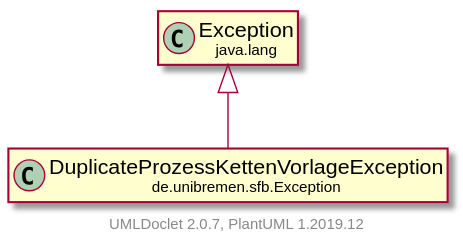
Earlier version of the PlantUML export doc/UML/modulsichtSVG/DuplicateProzessKettenVorlageException.svg (fkehlenb/softwareprojekt-2). The source it was exported from:
```plantuml
@startuml
    set namespaceSeparator none
    hide empty fields
    hide empty methods

    class "<size:14>DuplicateProzessKettenVorlageException\n<size:10>de.unibremen.sfb.Exception" as de.unibremen.sfb.Exception.DuplicateProzessKettenVorlageException [[DuplicateProzessKettenVorlageException.html]]

    class "<size:14>Exception\n<size:10>java.lang" as java.lang.Exception [[https://docs.oracle.com/en/java/javase/11/docs/api/java.base/java/lang/Exception.html?is-external=true]]

    java.lang.Exception <|-- de.unibremen.sfb.Exception.DuplicateProzessKettenVorlageException

    center footer UMLDoclet 2.0.7, PlantUML 1.2019.12
@enduml
```
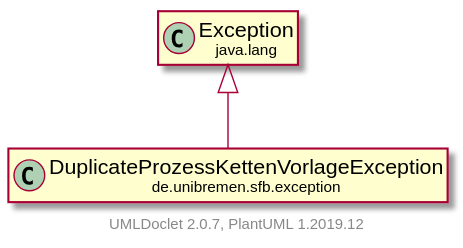
The same diagram one commit later.

Change to the diagram source:
```diff
@@ -3,11 +3,11 @@
     hide empty fields
     hide empty methods
 
-    class "<size:14>DuplicateProzessKettenVorlageException\n<size:10>de.unibremen.sfb.Exception" as de.unibremen.sfb.Exception.DuplicateProzessKettenVorlageException [[DuplicateProzessKettenVorlageException.html]]
+    class "<size:14>DuplicateProzessKettenVorlageException\n<size:10>de.unibremen.sfb.exception" as de.unibremen.sfb.exception.DuplicateProzessKettenVorlageException [[DuplicateProzessKettenVorlageException.html]]
 
-    class "<size:14>Exception\n<size:10>java.lang" as java.lang.Exception [[https://docs.oracle.com/en/java/javase/11/docs/api/java.base/java/lang/Exception.html?is-external=true]]
+    class "<size:14>exception\n<size:10>java.lang" as java.lang.exception [[https://docs.oracle.com/en/java/javase/11/docs/api/java.base/java/lang/Exception.html?is-external=true]]
 
-    java.lang.Exception <|-- de.unibremen.sfb.Exception.DuplicateProzessKettenVorlageException
+    java.lang.exception <|-- de.unibremen.sfb.exception.DuplicateProzessKettenVorlageException
 
     center footer UMLDoclet 2.0.7, PlantUML 1.2019.12
 @enduml
```
